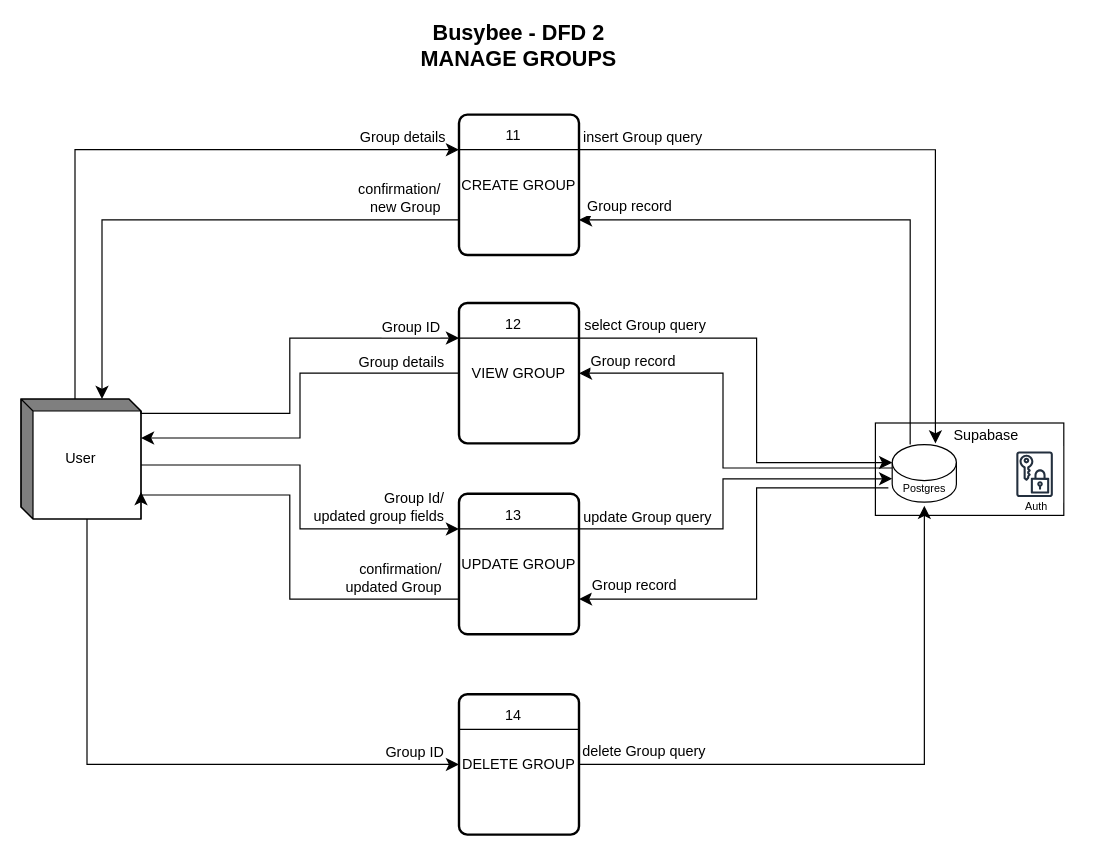
Masonluna/BusyBee keeps this draw.io diagram as page "dfd2-ManageGroups" (4 of 6) of data-flow-diagram.drawio. Above is the earlier version. Source tidied: cells renumbered, new cells numbered last; positions are measured from the earlier drawing's top-left corner, leaving out a move shared by most shapes. Both pictures are drawn from the tidied source at 120%, with x=0, y=0 at pixel (20, 20).
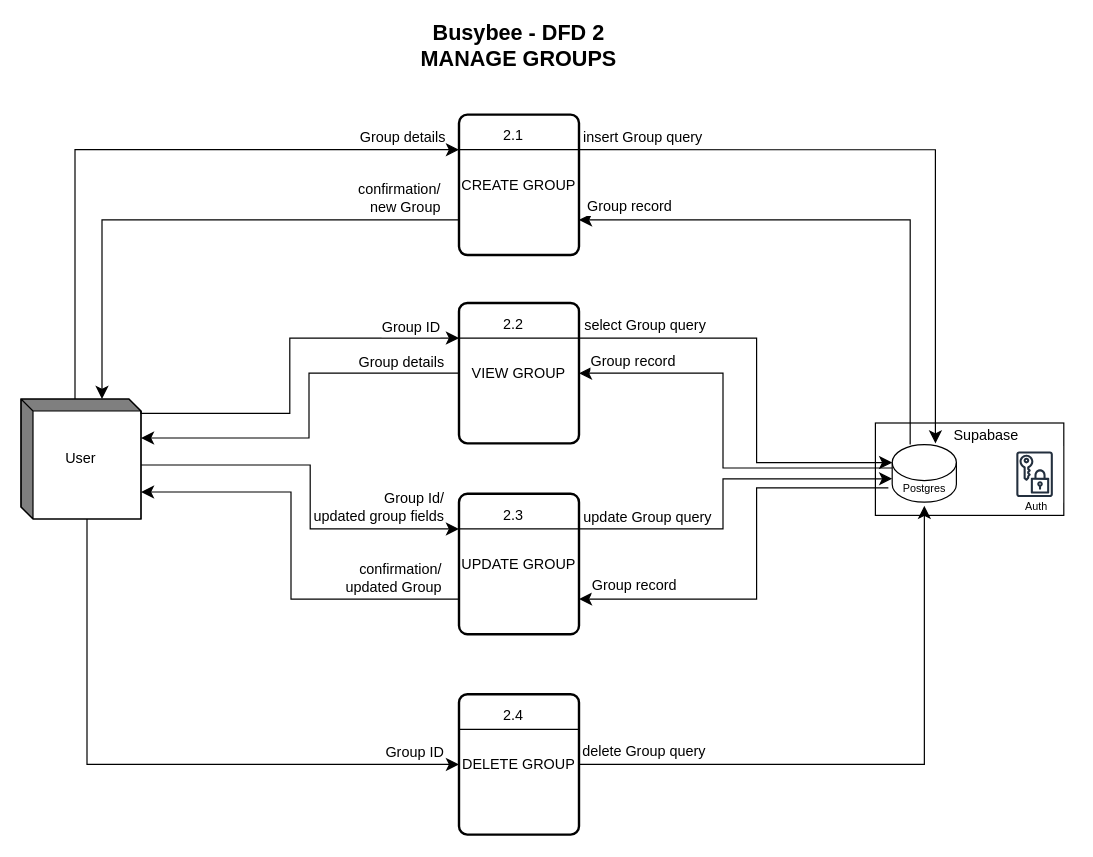
After the change.

Unchanged cells that the change refers to:
```xml
<mxCell id="3" style="group;" parent="1" vertex="1">
  <mxGeometry x="365" y="78" width="100" height="117" as="geometry" />
</mxCell>
<mxCell id="7" value="User" style="html=1;dashed=0;whiteSpace=wrap;shape=mxgraph.dfd.externalEntity;" parent="1" vertex="1">
  <mxGeometry y="315" width="100" height="100" as="geometry" />
</mxCell>
<mxCell id="18" style="group;" parent="1" vertex="1">
  <mxGeometry x="365" y="235" width="100" height="117" as="geometry" />
</mxCell>
<mxCell id="19" value="VIEW GROUP" style="rounded=1;whiteSpace=wrap;html=1;absoluteArcSize=1;arcSize=14;strokeWidth=2;" parent="18" vertex="1">
  <mxGeometry width="100" height="117" as="geometry" />
</mxCell>
<mxCell id="22" style="group;" parent="1" vertex="1">
  <mxGeometry x="365" y="394" width="100" height="117" as="geometry" />
</mxCell>
<mxCell id="23" value="UPDATE GROUP" style="rounded=1;whiteSpace=wrap;html=1;absoluteArcSize=1;arcSize=14;strokeWidth=2;" parent="22" vertex="1">
  <mxGeometry width="100" height="117" as="geometry" />
</mxCell>
<mxCell id="26" style="group;" parent="1" vertex="1">
  <mxGeometry x="365" y="561" width="100" height="117" as="geometry" />
</mxCell>
```

Diff of the diagram source:
```diff
@@
-    <mxCell id="6" value="11" style="text;html=1;align=center;verticalAlign=middle;whiteSpace=wrap;rounded=0;" parent="3" vertex="1">
+    <mxCell id="6" value="2.1" style="text;html=1;align=center;verticalAlign=middle;whiteSpace=wrap;rounded=0;" parent="3" vertex="1">
       <mxGeometry x="14" y="5" width="63" height="26" as="geometry" />
     </mxCell>
@@
-    <mxCell id="21" value="12" style="text;html=1;align=center;verticalAlign=middle;whiteSpace=wrap;rounded=0;" parent="18" vertex="1">
+    <mxCell id="21" value="2.2" style="text;html=1;align=center;verticalAlign=middle;whiteSpace=wrap;rounded=0;" parent="18" vertex="1">
       <mxGeometry x="14" y="5" width="63" height="26" as="geometry" />
     </mxCell>
@@
-    <mxCell id="25" value="13" style="text;html=1;align=center;verticalAlign=middle;whiteSpace=wrap;rounded=0;" parent="22" vertex="1">
+    <mxCell id="25" value="2.3" style="text;html=1;align=center;verticalAlign=middle;whiteSpace=wrap;rounded=0;" parent="22" vertex="1">
       <mxGeometry x="14" y="5" width="63" height="26" as="geometry" />
     </mxCell>
@@
-    <mxCell id="29" value="14" style="text;html=1;align=center;verticalAlign=middle;whiteSpace=wrap;rounded=0;" parent="26" vertex="1">
+    <mxCell id="29" value="2.4" style="text;html=1;align=center;verticalAlign=middle;whiteSpace=wrap;rounded=0;" parent="26" vertex="1">
       <mxGeometry x="14" y="5" width="63" height="26" as="geometry" />
     </mxCell>
     <mxCell id="30" style="endArrow=classic;html=1;rounded=0;fontSize=12;startSize=8;endSize=8;exitX=0;exitY=0.5;exitDx=0;exitDy=0;entryX=0;entryY=0;entryDx=100;entryDy=32.5;entryPerimeter=0;edgeStyle=orthogonalEdgeStyle;" parent="1" edge="1" source="19" target="7">
-      <mxGeometry relative="1" as="geometry" />
+      <mxGeometry relative="1" as="geometry">
+        <Array as="points">
+          <mxPoint x="240" y="294" />
+          <mxPoint x="240" y="348" />
+        </Array>
+      </mxGeometry>
     </mxCell>
@@
     <mxCell id="32" style="endArrow=classic;html=1;rounded=0;fontSize=12;startSize=8;endSize=8;exitX=0;exitY=0;exitDx=100;exitDy=55;exitPerimeter=0;entryX=0;entryY=0.25;entryDx=0;entryDy=0;edgeStyle=orthogonalEdgeStyle;" parent="1" edge="1" source="7" target="23">
-      <mxGeometry relative="1" as="geometry" />
+      <mxGeometry relative="1" as="geometry">
+        <Array as="points">
+          <mxPoint x="241" y="370" />
+          <mxPoint x="241" y="423" />
+        </Array>
+      </mxGeometry>
     </mxCell>
@@
     <mxCell id="48" style="endArrow=classic;html=1;rounded=0;fontSize=12;startSize=8;endSize=8;exitX=0;exitY=0.75;exitDx=0;exitDy=0;entryX=0;entryY=0;entryDx=100;entryDy=77.5;entryPerimeter=0;edgeStyle=orthogonalEdgeStyle;" parent="1" edge="1" source="23" target="7">
       <mxGeometry relative="1" as="geometry">
         <Array as="points">
-          <mxPoint x="224" y="482" />
-          <mxPoint x="224" y="395" />
-          <mxPoint x="100" y="395" />
+          <mxPoint x="225" y="482" />
+          <mxPoint x="225" y="393" />
         </Array>
       </mxGeometry>
     </mxCell>
```
